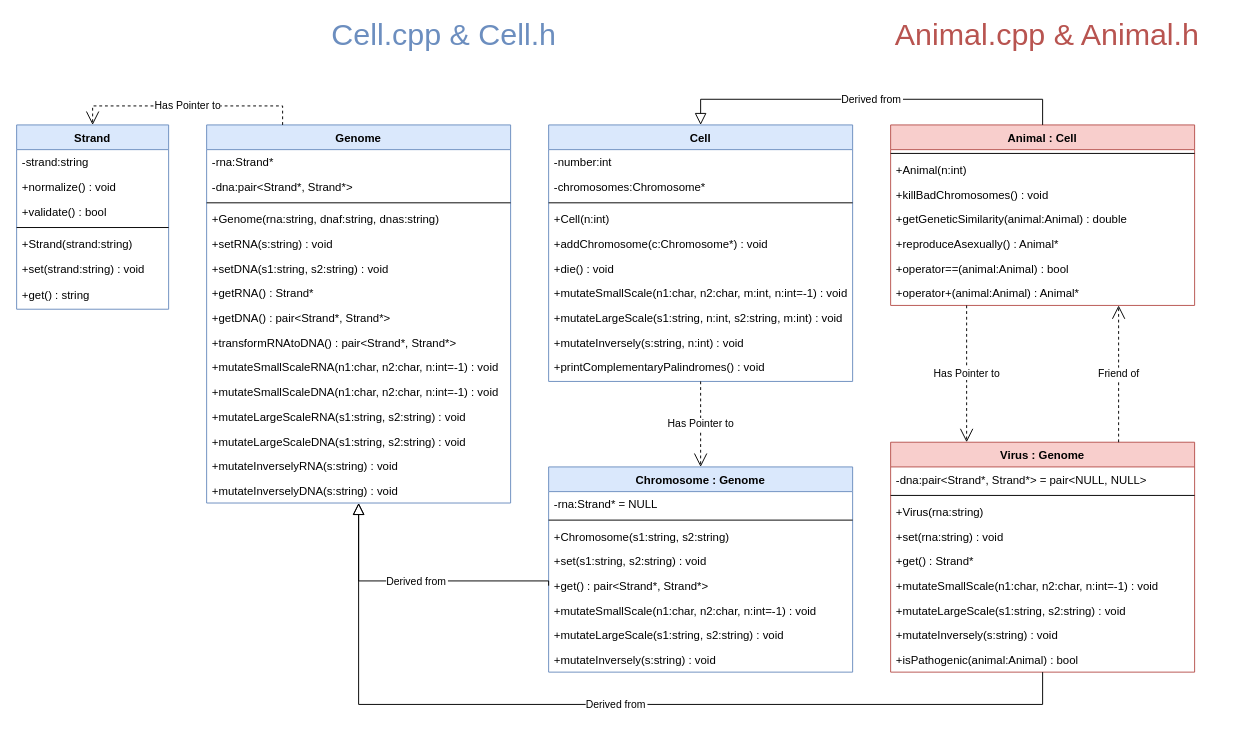
Before: schema/classes.drawio in k-forghani/class-of-life, a draw.io diagram. Source tidied: cells renumbered, new cells numbered last; positions are measured from the earlier drawing's top-left corner, leaving out a move shared by most shapes. Both pictures are drawn from the tidied source at 95%, with x=0, y=0 at pixel (16, 20).
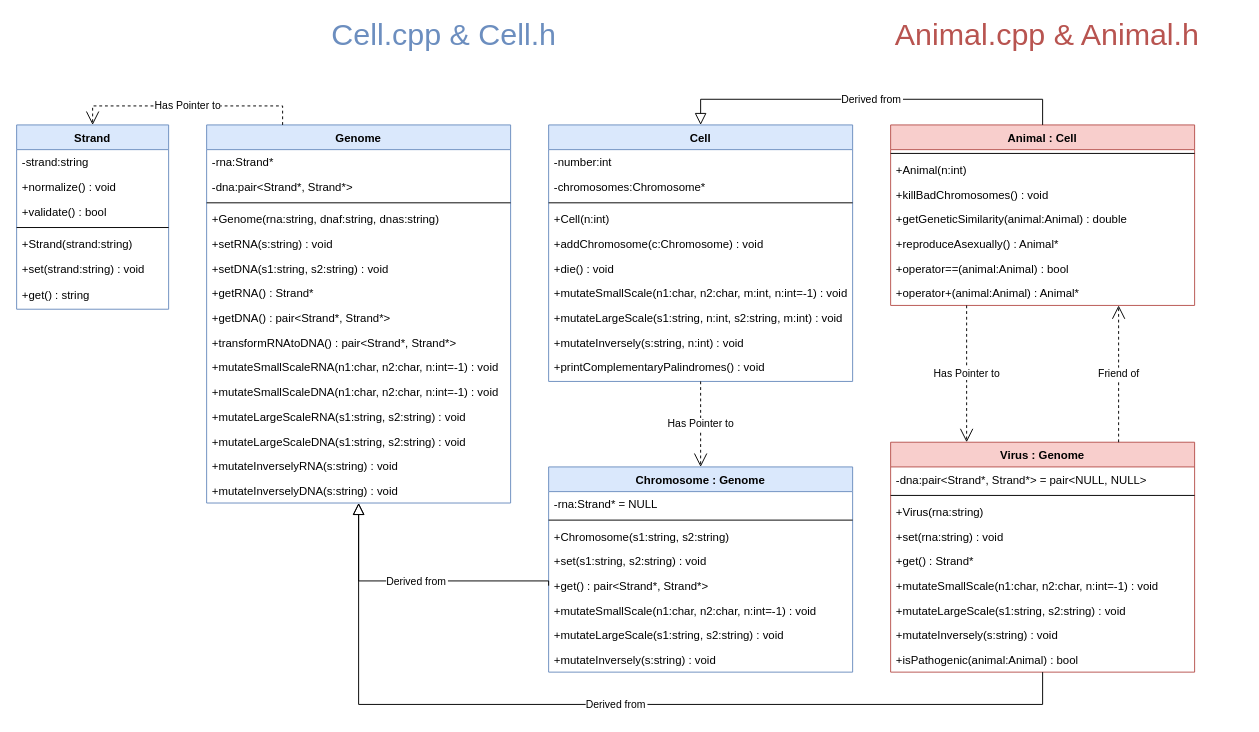
The same page after the edit.

Commit message (it also covers changes not shown here):
Fixed classes schema

Unchanged cells that the change refers to:
```xml
<mxCell id="36" value="Cell" style="swimlane;fontStyle=1;align=center;verticalAlign=top;horizontal=1;startSize=26;rounded=0;shadow=0;strokeWidth=1;fillColor=#dae8fc;strokeColor=#6c8ebf;swimlaneFillColor=default;" parent="1" vertex="1">
  <mxGeometry x="560" y="110" width="320" height="270" as="geometry" />
</mxCell>
```

What changed in the source:
```diff
@@
-    <mxCell id="41" value="+addChromosome(c:Chromosome*) : void" style="text;align=left;verticalAlign=top;spacingLeft=4;spacingRight=4;overflow=hidden;" parent="36" vertex="1">
+    <mxCell id="41" value="+addChromosome(c:Chromosome) : void" style="text;align=left;verticalAlign=top;spacingLeft=4;spacingRight=4;overflow=hidden;" parent="36" vertex="1">
       <mxGeometry y="112" width="320" height="26" as="geometry" />
     </mxCell>
```
